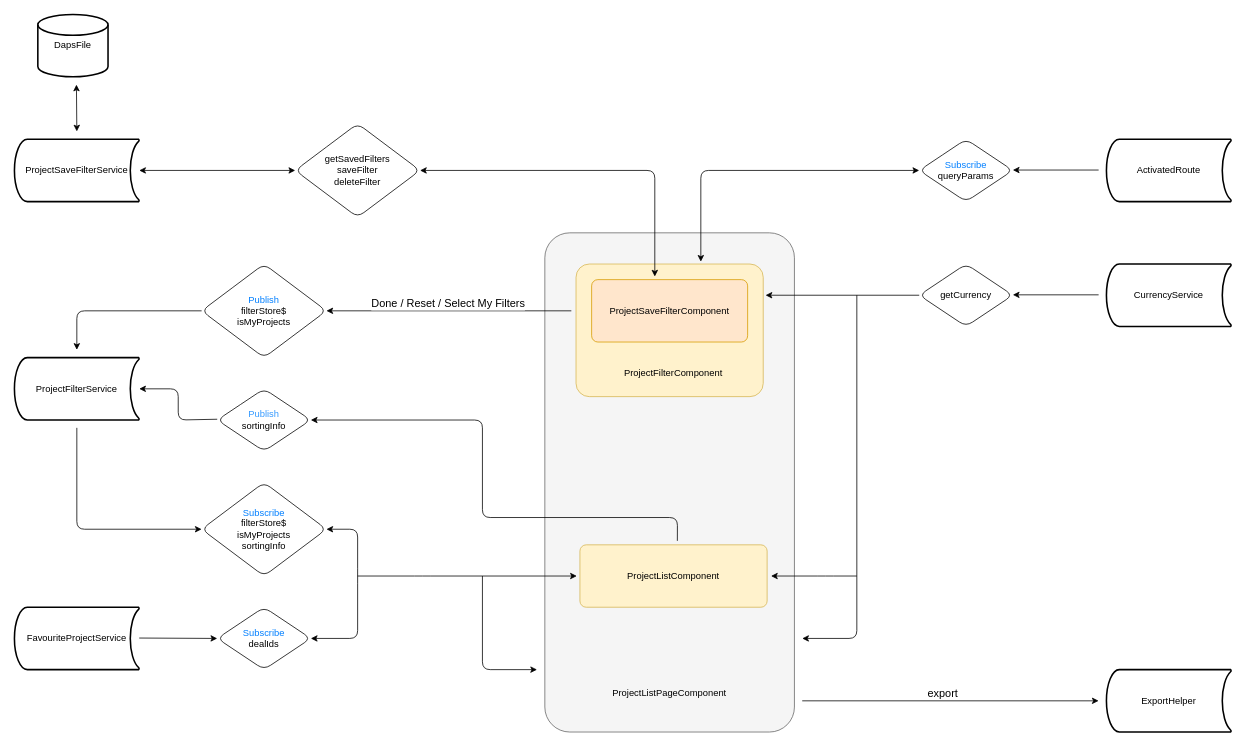
YeShengdong/diagrams keeps this draw.io diagram as Project-List.drawio. Above is the earlier version. Source tidied: cells renumbered, new cells numbered last; positions are measured from the earlier drawing's top-left corner, leaving out a move shared by most shapes. Both pictures are drawn from the tidied source at 78%, with x=0, y=0 at pixel (14, 14).
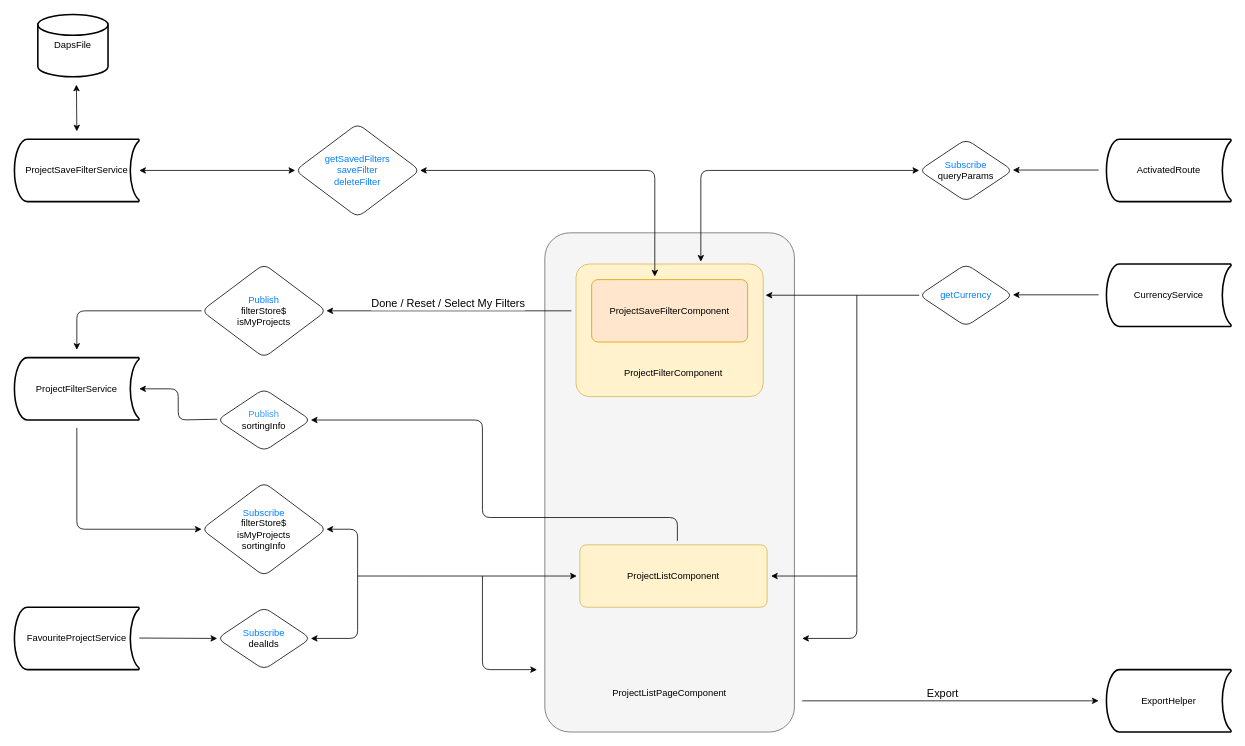
After the change.

What changed in the source:
```diff
@@
-    <mxCell id="14" value="getCurrency" style="shape=rhombus;perimeter=rhombusPerimeter;whiteSpace=wrap;html=1;align=center;rounded=1;" parent="1" vertex="1">
+    <mxCell id="14" value="&lt;font color=&quot;#007fff&quot;&gt;getCurrency&lt;/font&gt;" style="shape=rhombus;perimeter=rhombusPerimeter;whiteSpace=wrap;html=1;align=center;rounded=1;" parent="1" vertex="1">
       <mxGeometry x="1160" y="320" width="120" height="80" as="geometry" />
     </mxCell>
@@
-    <mxCell id="16" value="&lt;div&gt;getSavedFilters&lt;/div&gt;&lt;div&gt;saveFilter&lt;/div&gt;&lt;div&gt;deleteFilter&lt;/div&gt;" style="shape=rhombus;perimeter=rhombusPerimeter;whiteSpace=wrap;html=1;align=center;rounded=1;" parent="1" vertex="1">
+    <mxCell id="16" value="&lt;div&gt;&lt;font color=&quot;#007fff&quot;&gt;getSavedFilters&lt;/font&gt;&lt;/div&gt;&lt;div&gt;&lt;font color=&quot;#007fff&quot;&gt;saveFilter&lt;/font&gt;&lt;/div&gt;&lt;div&gt;&lt;font color=&quot;#007fff&quot;&gt;deleteFilter&lt;/font&gt;&lt;/div&gt;" style="shape=rhombus;perimeter=rhombusPerimeter;whiteSpace=wrap;html=1;align=center;rounded=1;" parent="1" vertex="1">
       <mxGeometry x="360" y="140" width="160" height="120" as="geometry" />
     </mxCell>
@@
-    <mxCell id="42" value="export" style="text;html=1;align=center;verticalAlign=middle;strokeColor=none;fillColor=none;fontSize=14;fontColor=#000000;rounded=1;" parent="1" vertex="1">
+    <mxCell id="42" value="Export" style="text;html=1;align=center;verticalAlign=middle;strokeColor=none;fillColor=none;fontSize=14;fontColor=#000000;rounded=1;" parent="1" vertex="1">
       <mxGeometry x="1160" y="855" width="60" height="30" as="geometry" />
     </mxCell>
```
